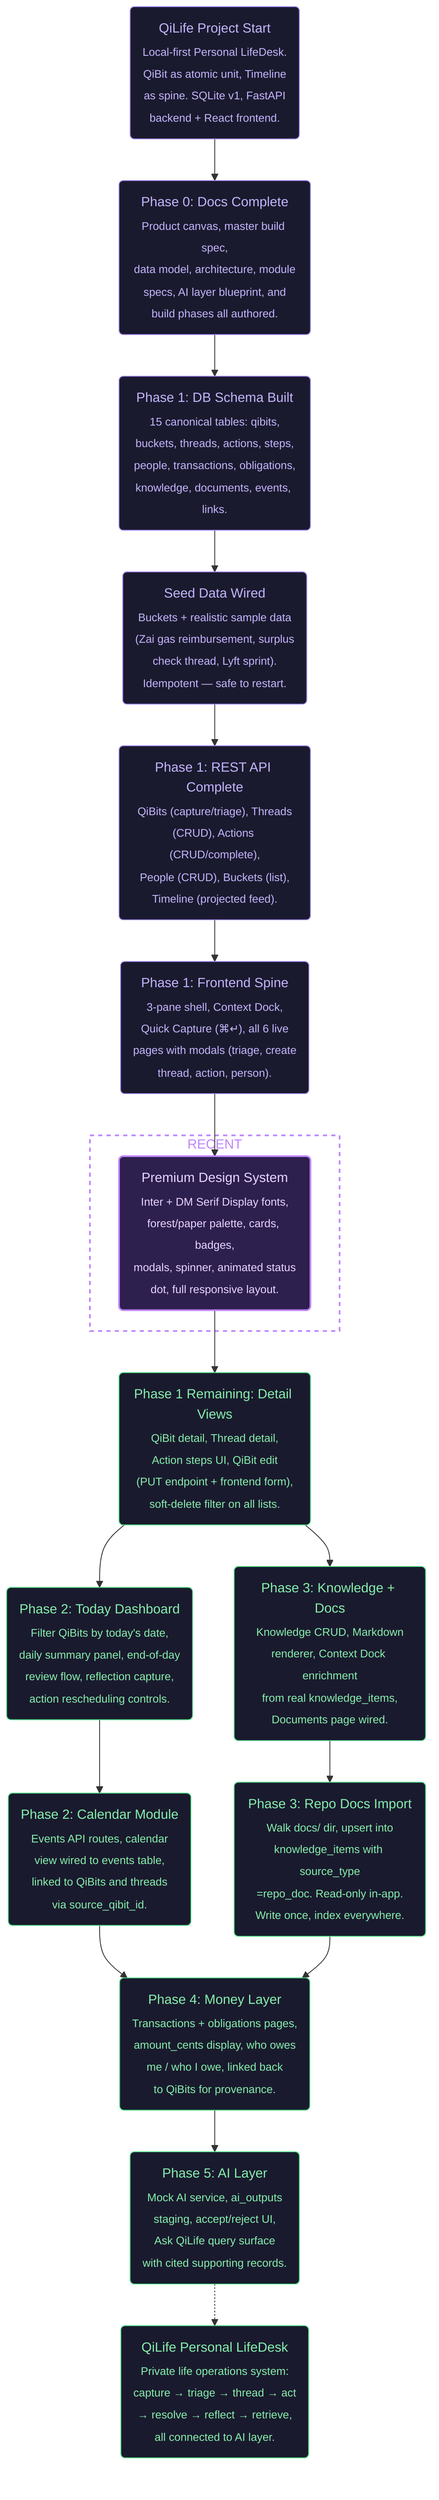
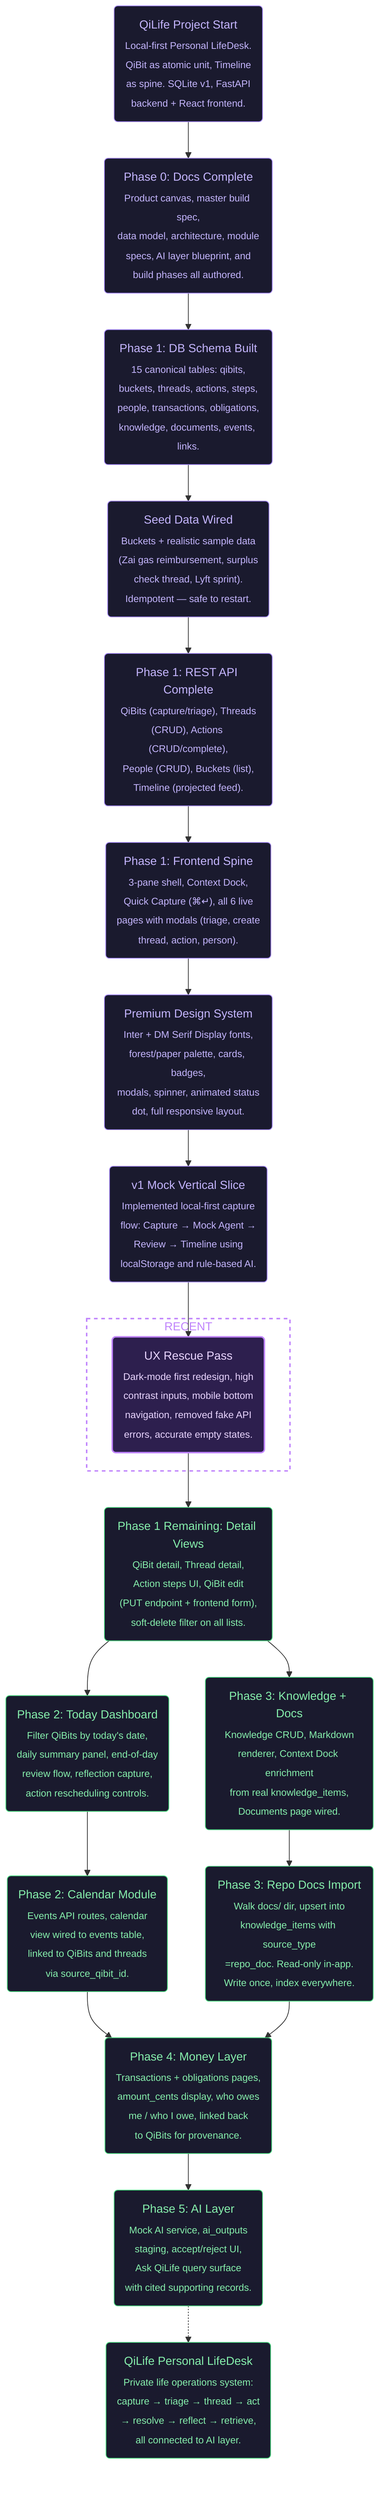
flowchart TD
    %% === PROJECT GOALS ===
    %% Ultimate Goal: QiLife — Cody's private Personal LifeDesk
    %% Current Goal: Phase 1 Spine complete, move to Phase 2 Daily Command Layer

    %% === START ===
    %% @project_start [start, closed, 2026-05-29, cody]
    project_start("QiLife Project Start<br/><sub>Local-first Personal LifeDesk.<br/>QiBit as atomic unit, Timeline<br/>as spine. SQLite v1, FastAPI<br/>backend + React frontend.</sub>")

    %% @ultimate_goal [end, opened, 2026-05-29, cody]
    ultimate_goal("QiLife Personal LifeDesk<br/><sub>Private life operations system:<br/>capture → triage → thread → act<br/>→ resolve → reflect → retrieve,<br/>all connected to AI layer.</sub>")

    %% === PHASE 0 — DOCS ===
    %% @phase0_docs [ai-task, closed, 2026-05-29, cody]
    phase0_docs("Phase 0: Docs Complete<br/><sub>Product canvas, master build spec,<br/>data model, architecture, module<br/>specs, AI layer blueprint, and<br/>build phases all authored.</sub>")

    %% === PHASE 1 — SPINE ===
    %% @phase1_schema [ai-task, closed, 2026-05-29, codex]
    phase1_schema("Phase 1: DB Schema Built<br/><sub>15 canonical tables: qibits,<br/>buckets, threads, actions, steps,<br/>people, transactions, obligations,<br/>knowledge, documents, events, links.</sub>")

    %% @phase1_seed [ai-task, closed, 2026-05-29, codex]
    phase1_seed("Seed Data Wired<br/><sub>Buckets + realistic sample data<br/>(Zai gas reimbursement, surplus<br/>check thread, Lyft sprint).<br/>Idempotent — safe to restart.</sub>")

    %% @phase1_api [ai-task, closed, 2026-05-29, codex]
    phase1_api("Phase 1: REST API Complete<br/><sub>QiBits (capture/triage), Threads<br/>(CRUD), Actions (CRUD/complete),<br/>People (CRUD), Buckets (list),<br/>Timeline (projected feed).</sub>")

    %% @phase1_frontend [ai-task, closed, 2026-05-29, antigravity]
    phase1_frontend("Phase 1: Frontend Spine<br/><sub>3-pane shell, Context Dock,<br/>Quick Capture (⌘↵), all 6 live<br/>pages with modals (triage, create<br/>thread, action, person).</sub>")

    %% @phase1_design [ai-task, closed, 2026-05-29, antigravity]
    phase1_design("Premium Design System<br/><sub>Inter + DM Serif Display fonts,<br/>forest/paper palette, cards, badges,<br/>modals, spinner, animated status<br/>dot, full responsive layout.</sub>")

    %% === PHASE 2 — DAILY COMMAND ===
    %% @phase2_today [ai-task, opened, 2026-05-29, antigravity]
    phase2_today("Phase 2: Today Dashboard<br/><sub>Filter QiBits by today's date,<br/>daily summary panel, end-of-day<br/>review flow, reflection capture,<br/>action rescheduling controls.</sub>")

    %% @phase2_calendar [ai-task, opened, 2026-05-29, cody]
    phase2_calendar("Phase 2: Calendar Module<br/><sub>Events API routes, calendar<br/>view wired to events table,<br/>linked to QiBits and threads<br/>via source_qibit_id.</sub>")

    %% === PHASE 3 — CONTEXT LAYER ===
    %% @phase3_knowledge [ai-task, opened, 2026-05-29, cody]
    phase3_knowledge("Phase 3: Knowledge + Docs<br/><sub>Knowledge CRUD, Markdown<br/>renderer, Context Dock enrichment<br/>from real knowledge_items,<br/>Documents page wired.</sub>")

    %% @phase3_repo_import [ai-task, opened, 2026-05-29, cody]
    phase3_repo_import("Phase 3: Repo Docs Import<br/><sub>Walk docs/ dir, upsert into<br/>knowledge_items with source_type<br/>=repo_doc. Read-only in-app.<br/>Write once, index everywhere.</sub>")

    %% === PHASE 4 — MONEY ===
    %% @phase4_money [ai-task, opened, 2026-05-29, cody]
    phase4_money("Phase 4: Money Layer<br/><sub>Transactions + obligations pages,<br/>amount_cents display, who owes<br/>me / who I owe, linked back<br/>to QiBits for provenance.</sub>")

    %% === PHASE 5 — AI LAYER ===
    %% @phase5_ai [ai-task, opened, 2026-05-29, cody]
    phase5_ai("Phase 5: AI Layer<br/><sub>Mock AI service, ai_outputs<br/>staging, accept/reject UI,<br/>Ask QiLife query surface<br/>with cited supporting records.</sub>")

    %% === PHASE 1 REMAINING ===
    %% @phase1_detail_views [ai-task, opened, 2026-05-29, antigravity]
    phase1_detail_views("Phase 1 Remaining: Detail Views<br/><sub>QiBit detail, Thread detail,<br/>Action steps UI, QiBit edit<br/>(PUT endpoint + frontend form),<br/>soft-delete filter on all lists.</sub>")

+     %% @phase1_mock_slice [ai-task, closed, 2026-05-30, antigravity]
+     phase1_mock_slice("v1 Mock Vertical Slice<br/><sub>Implemented local-first capture<br/>flow: Capture → Mock Agent →<br/>Review → Timeline using<br/>localStorage and rule-based AI.</sub>")
+ 
+     %% @phase1_ux_rescue [ai-task, closed, 2026-05-30, antigravity]
+     phase1_ux_rescue("UX Rescue Pass<br/><sub>Dark-mode first redesign, high<br/>contrast inputs, mobile bottom<br/>navigation, removed fake API<br/>errors, accurate empty states.</sub>")
+ 
    %% === CONNECTIONS ===
    project_start --> phase0_docs
    phase0_docs --> phase1_schema
    phase1_schema --> phase1_seed
    phase1_seed --> phase1_api
    phase1_api --> phase1_frontend
    phase1_frontend --> phase1_design
-     phase1_design --> phase1_detail_views
+     phase1_design --> phase1_mock_slice
+     phase1_mock_slice --> phase1_ux_rescue
+     phase1_ux_rescue --> phase1_detail_views

    phase1_detail_views --> phase2_today
    phase2_today --> phase2_calendar

    phase1_detail_views --> phase3_knowledge
    phase3_knowledge --> phase3_repo_import

    phase2_calendar --> phase4_money
    phase3_repo_import --> phase4_money

    phase4_money --> phase5_ai
    phase5_ai -.-> ultimate_goal

    %% === RECENT ===
    subgraph recent [RECENT]
-         phase1_design
+         phase1_ux_rescue
    end

    %% === STYLES ===
    %% Closed (soft purple)
    style project_start fill:#1a1a2e,stroke:#a78bfa,color:#c4b5fd,stroke-width:1px
    style phase0_docs fill:#1a1a2e,stroke:#a78bfa,color:#c4b5fd,stroke-width:1px
    style phase1_schema fill:#1a1a2e,stroke:#a78bfa,color:#c4b5fd,stroke-width:1px
    style phase1_seed fill:#1a1a2e,stroke:#a78bfa,color:#c4b5fd,stroke-width:1px
    style phase1_api fill:#1a1a2e,stroke:#a78bfa,color:#c4b5fd,stroke-width:1px
    style phase1_frontend fill:#1a1a2e,stroke:#a78bfa,color:#c4b5fd,stroke-width:1px
- 
-     %% Recent (bright purple)
-     style phase1_design fill:#2d1f4e,stroke:#c084fc,color:#e9d5ff,stroke-width:2px
+     style phase1_design fill:#1a1a2e,stroke:#a78bfa,color:#c4b5fd,stroke-width:1px
+     style phase1_mock_slice fill:#1a1a2e,stroke:#a78bfa,color:#c4b5fd,stroke-width:1px
+     style phase1_ux_rescue fill:#2d1f4e,stroke:#c084fc,color:#e9d5ff,stroke-width:2px
    style recent fill:transparent,stroke:#c084fc,color:#c084fc,stroke-width:2px,stroke-dasharray:5 5

    %% Open (soft green)
    style ultimate_goal fill:#1a1a2e,stroke:#4ade80,color:#86efac,stroke-width:1px
    style phase1_detail_views fill:#1a1a2e,stroke:#4ade80,color:#86efac,stroke-width:1px
    style phase2_today fill:#1a1a2e,stroke:#4ade80,color:#86efac,stroke-width:1px
    style phase2_calendar fill:#1a1a2e,stroke:#4ade80,color:#86efac,stroke-width:1px
    style phase3_knowledge fill:#1a1a2e,stroke:#4ade80,color:#86efac,stroke-width:1px
    style phase3_repo_import fill:#1a1a2e,stroke:#4ade80,color:#86efac,stroke-width:1px
    style phase4_money fill:#1a1a2e,stroke:#4ade80,color:#86efac,stroke-width:1px
    style phase5_ai fill:#1a1a2e,stroke:#4ade80,color:#86efac,stroke-width:1px
